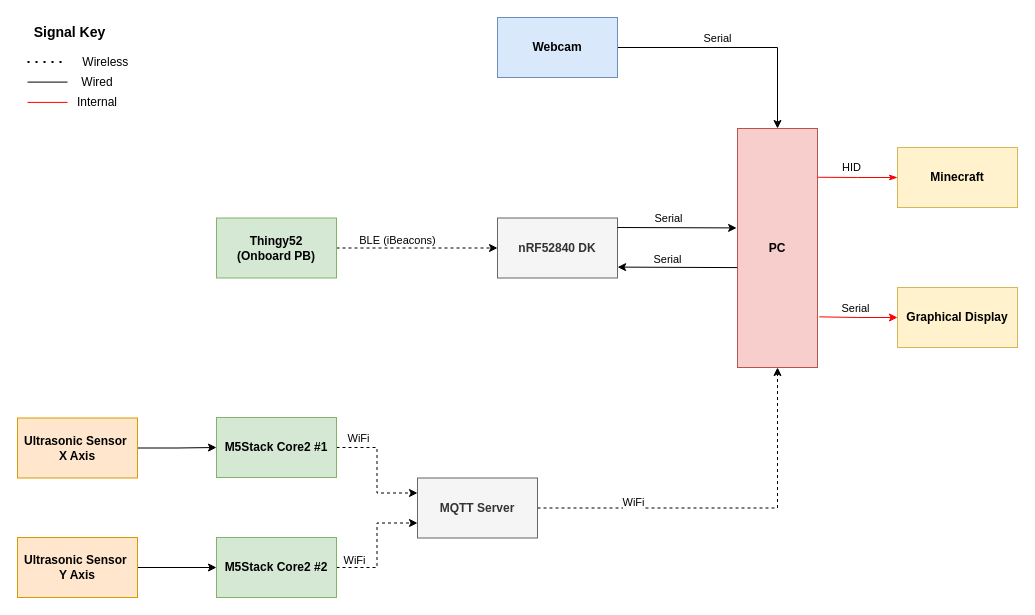
bree-hoff/CSSE4011 keeps this draw.io diagram as milestone_docs/blockdiagram/system-overview-block-diagram.drawio. Above is the earlier version. Source tidied: cells renumbered, new cells numbered last; positions are measured from the earlier drawing's top-left corner, leaving out a move shared by most shapes. Both pictures are drawn from the tidied source at 100%, with x=0, y=0 at pixel (17, 17).
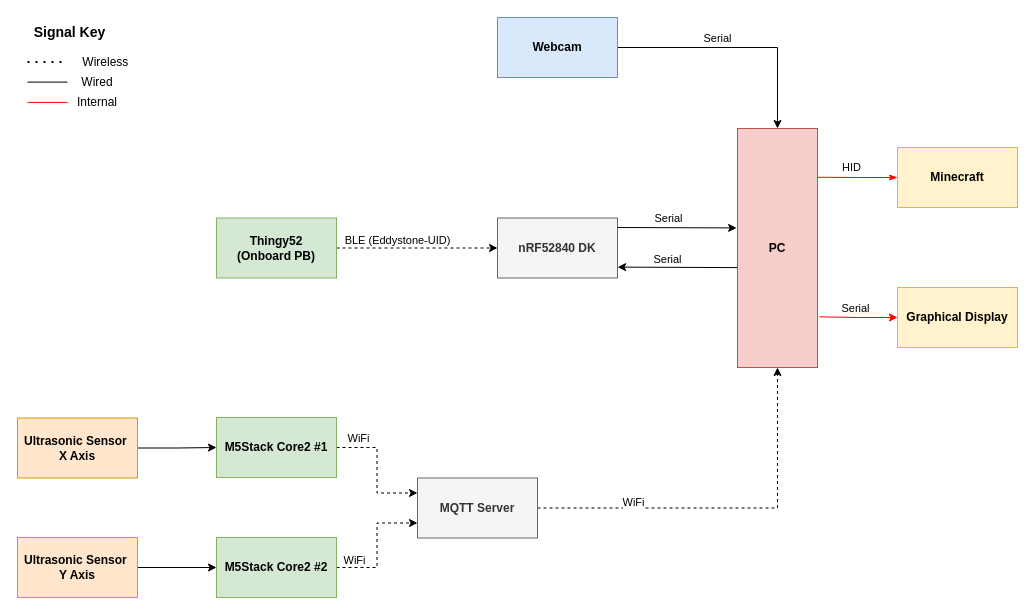
After the change.

Commit message (it also covers changes not shown here):
upadted charts with eddystone

Unchanged cells that the change refers to:
```xml
<mxCell id="3" style="edgeStyle=orthogonalEdgeStyle;rounded=0;jettySize=auto;html=1;entryX=0;entryY=0.5;entryDx=0;entryDy=0;dashed=1;" parent="1" edge="1" source="5" target="9">
  <mxGeometry relative="1" as="geometry" />
</mxCell>
```

What changed in the source:
```diff
@@
-    <mxCell id="4" value="BLE (iBeacons)" style="edgeLabel;html=1;align=center;verticalAlign=middle;" parent="3" vertex="1">
+    <mxCell id="4" value="BLE (Eddystone-UID)" style="edgeLabel;html=1;align=center;verticalAlign=middle;" parent="3" vertex="1">
       <mxGeometry x="-0.25" y="3" relative="1" as="geometry">
         <mxPoint y="-5" as="offset" />
       </mxGeometry>
     </mxCell>
```
